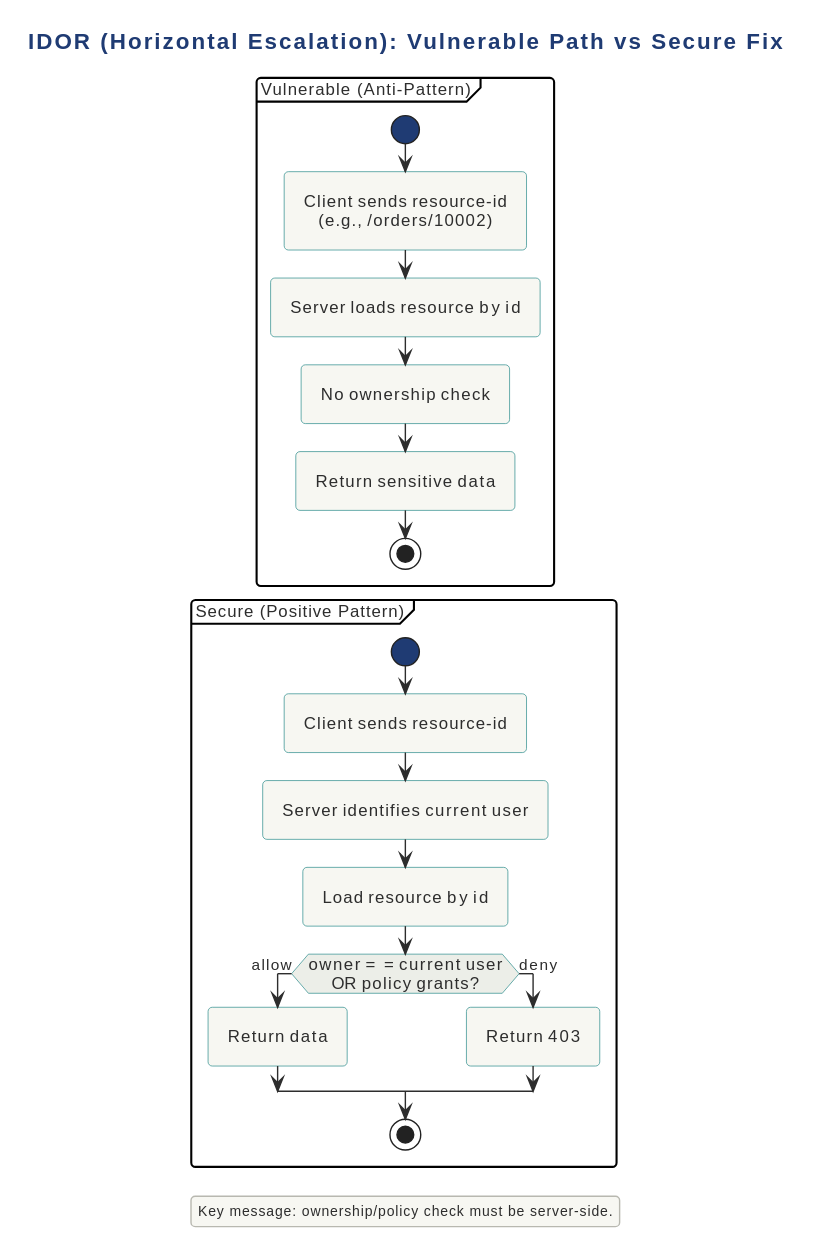
Notoriousjayy/latex-docs keeps this PlantUML diagram as src/security/application-security/web-security/broken-access-control/notes/diagrams/svg/idor-horizontal-escalation-vulnerable-path-vs.svg. Above is the earlier version. Its diagram source:
```plantuml
@startuml
title IDOR (Horizontal Escalation): Vulnerable Path vs Secure Fix

!include ../../../../../../../tooling/styles/plantuml/behavioral/activity-diagram-style.iuml

partition "Vulnerable (Anti-Pattern)" {
  start
  :Client sends resource-id\n(e.g., /orders/10002);
  :Server loads resource by id;
  :No ownership check;
  :Return sensitive data;
  stop
}

partition "Secure (Positive Pattern)" {
  start
  :Client sends resource-id;
  :Server identifies current user;
  :Load resource by id;
  if (owner == current user\nOR policy grants?) then (allow)
    :Return data;
  else (deny)
    :Return 403;
  endif
  stop
}

legend right
Key message: ownership/policy check must be server-side.
endlegend
@enduml
```
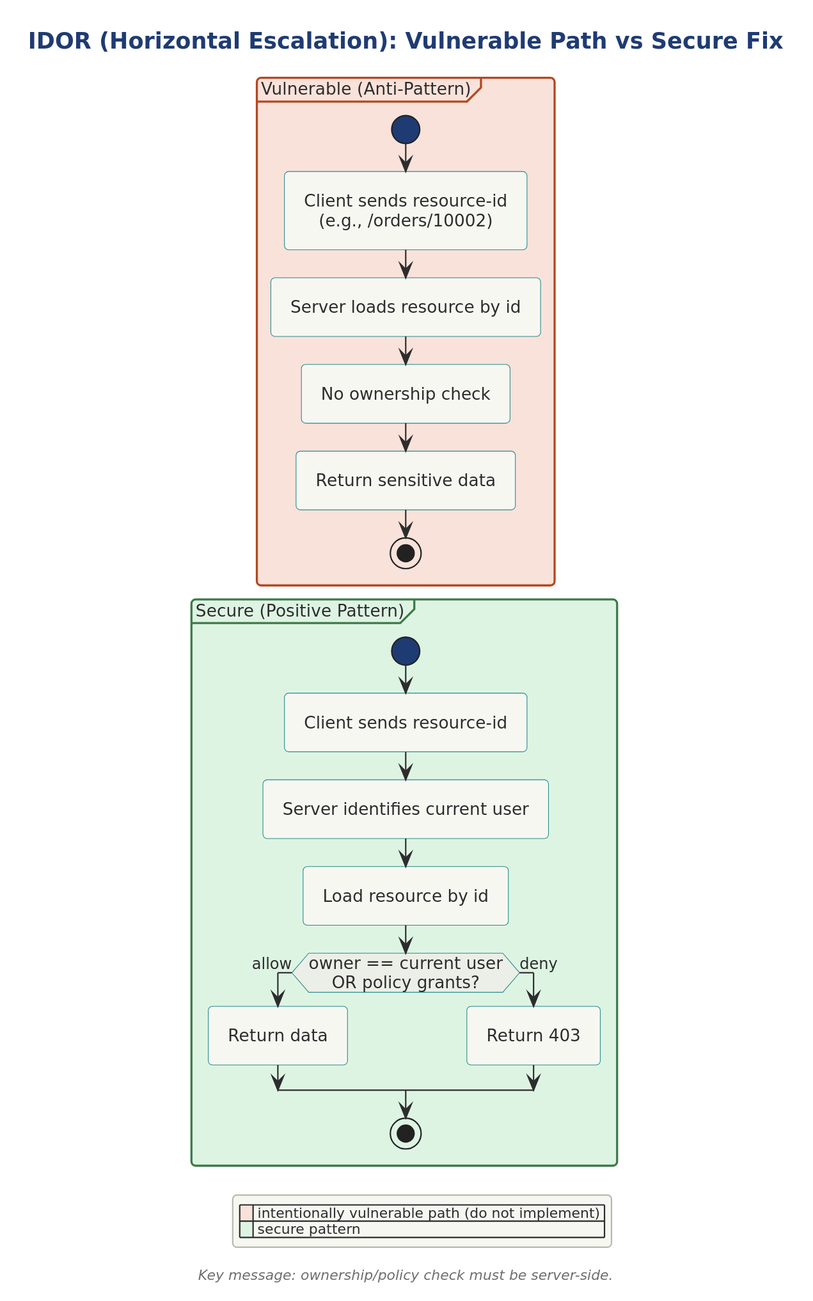
Later version of the same file.

The edit, as a diff of the source:
```diff
@@ -1,9 +1,13 @@
 @startuml
+skinparam dpi 150
+
+
+
 title IDOR (Horizontal Escalation): Vulnerable Path vs Secure Fix
 
 !include ../../../../../../../tooling/styles/plantuml/behavioral/activity-diagram-style.iuml
 
-partition "Vulnerable (Anti-Pattern)" {
+partition "Vulnerable (Anti-Pattern)" <<invalid>> {
   start
   :Client sends resource-id\n(e.g., /orders/10002);
   :Server loads resource by id;
@@ -12,7 +16,7 @@
   stop
 }
 
-partition "Secure (Positive Pattern)" {
+partition "Secure (Positive Pattern)" <<ok>> {
   start
   :Client sends resource-id;
   :Server identifies current user;
@@ -26,6 +30,8 @@
 }
 
 legend right
-Key message: ownership/policy check must be server-side.
+  |<$fill_invalid>   | intentionally vulnerable path (do not implement) |
+  |<$fill_ok>   | secure pattern |
 endlegend
+caption Key message: ownership/policy check must be server-side.
 @enduml
```
